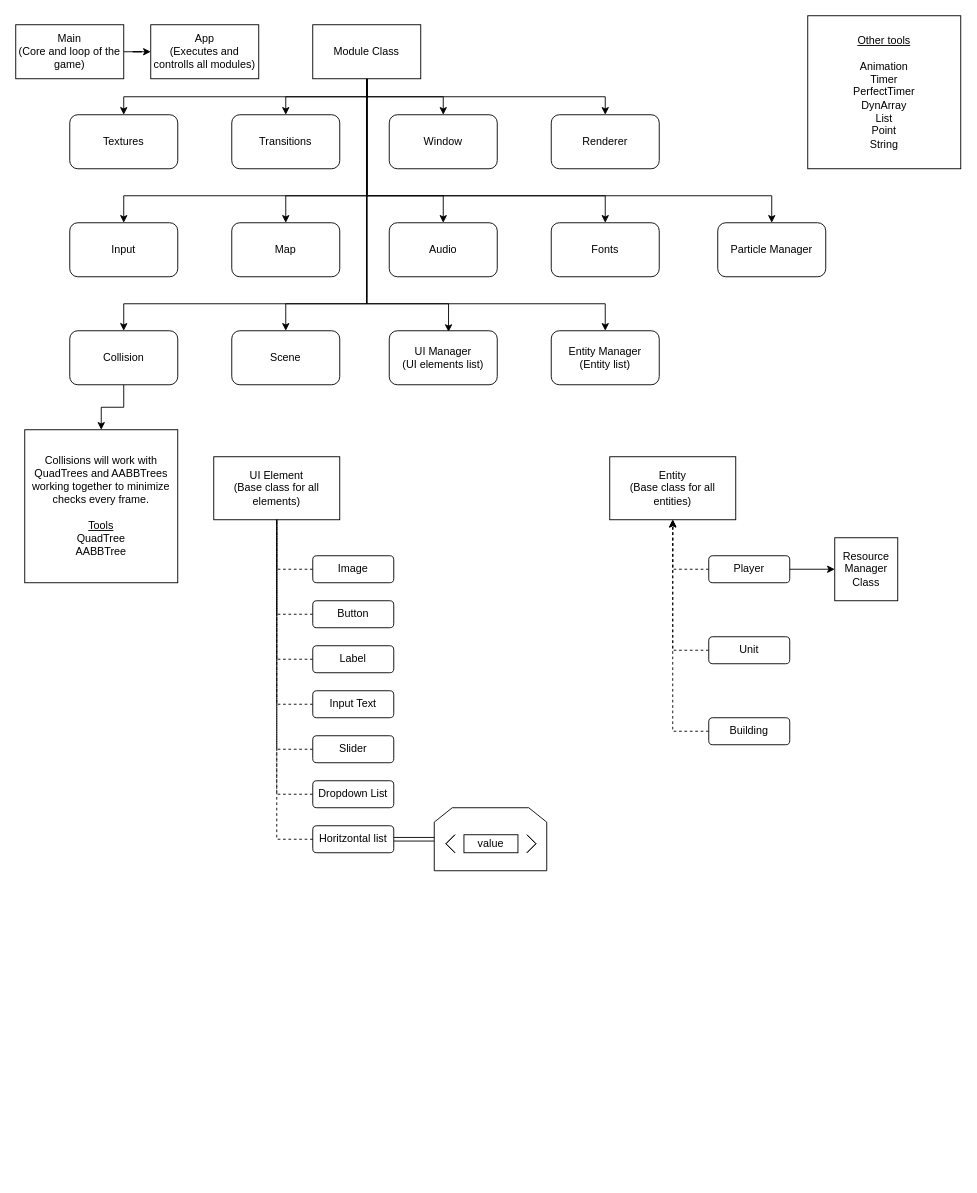
The draw.io diagram docs/tdd_code_uml.drawio in Misioneros-Studio/Mythology-Parade, before the edit. Source tidied: cells renumbered, new cells numbered last; positions are measured from the earlier drawing's top-left corner, leaving out a move shared by most shapes. Both pictures are drawn from the tidied source at 90%, with x=0, y=0 at pixel (15, 15).
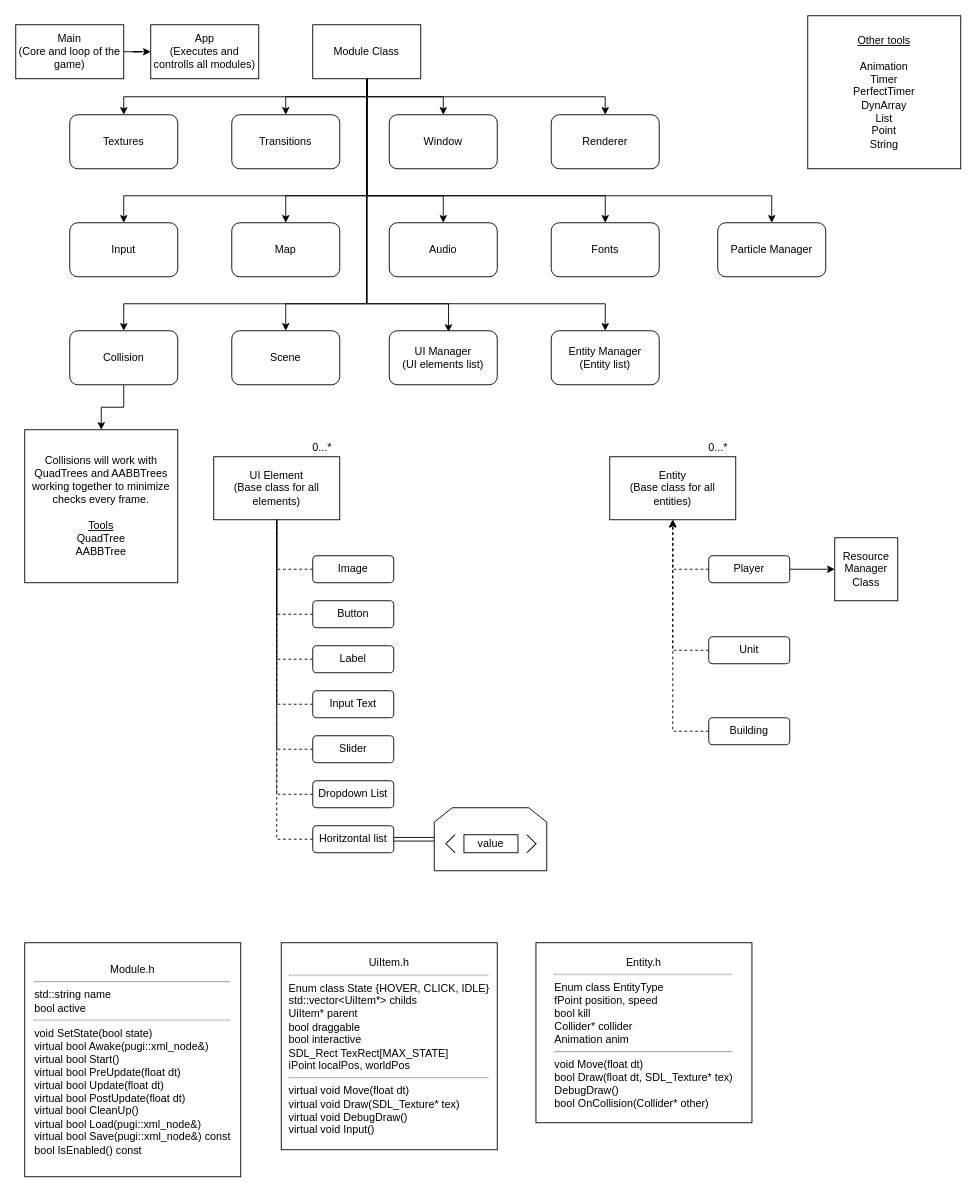
The same diagram, later.

Commit message:
Code uml finished

What changed in the source:
```diff
@@
+    <mxCell id="64" value="0...*" style="text;html=1;align=center;verticalAlign=middle;" parent="1" vertex="1">
+      <mxGeometry x="760" y="470" width="40" height="20" as="geometry" />
+    </mxCell>
+    <mxCell id="65" value="0...*" style="text;html=1;align=center;verticalAlign=middle;" parent="1" vertex="1">
+      <mxGeometry x="320" y="470" width="40" height="20" as="geometry" />
+    </mxCell>
+    <mxCell id="66" value="Module.h&lt;br&gt;&lt;div style=&quot;text-align: left&quot;&gt;&lt;hr&gt;&lt;/div&gt;&lt;div style=&quot;text-align: left&quot;&gt;&lt;span&gt;std::string name&lt;/span&gt;&lt;/div&gt;&lt;div style=&quot;text-align: left&quot;&gt;&lt;span&gt;bool active&lt;/span&gt;&lt;/div&gt;&lt;div style=&quot;text-align: left&quot;&gt;&lt;hr&gt;&lt;/div&gt;&lt;div style=&quot;text-align: left&quot;&gt;&lt;span&gt;void SetState(bool state)&lt;/span&gt;&lt;/div&gt;&lt;div style=&quot;text-align: left&quot;&gt;&lt;span&gt;virtual bool Awake(pugi::xml_node&amp;amp;)&lt;/span&gt;&lt;/div&gt;&lt;div style=&quot;text-align: left&quot;&gt;&lt;span&gt;virtual bool Start()&lt;/span&gt;&lt;/div&gt;&lt;div style=&quot;text-align: left&quot;&gt;&lt;span&gt;virtual bool PreUpdate(float dt)&lt;/span&gt;&lt;/div&gt;&lt;div style=&quot;text-align: left&quot;&gt;&lt;span&gt;virtual bool Update(float dt)&lt;/span&gt;&lt;/div&gt;&lt;div style=&quot;text-align: left&quot;&gt;&lt;span&gt;virtual bool PostUpdate(float dt)&lt;/span&gt;&lt;/div&gt;&lt;div style=&quot;text-align: left&quot;&gt;&lt;span&gt;virtual bool CleanUp()&lt;/span&gt;&lt;/div&gt;&lt;div style=&quot;text-align: left&quot;&gt;&lt;span&gt;virtual bool Load(pugi::xml_node&amp;amp;)&lt;/span&gt;&lt;/div&gt;&lt;div style=&quot;text-align: left&quot;&gt;&lt;span&gt;virtual bool Save(pugi::xml_node&amp;amp;) const&lt;/span&gt;&lt;/div&gt;&lt;div style=&quot;text-align: left&quot;&gt;&lt;span&gt;bool IsEnabled() const&lt;/span&gt;&lt;/div&gt;" style="rounded=0;whiteSpace=wrap;html=1;" parent="1" vertex="1">
+      <mxGeometry x="10" y="1030" width="240" height="260" as="geometry" />
+    </mxCell>
+    <mxCell id="67" value="UiItem.h&lt;br&gt;&lt;hr&gt;&lt;div style=&quot;text-align: left&quot;&gt;&lt;/div&gt;&lt;div style=&quot;text-align: left&quot;&gt;Enum class State {HOVER, CLICK, IDLE}&lt;/div&gt;&lt;div style=&quot;text-align: left&quot;&gt;std::vector&amp;lt;UiItem*&amp;gt; childs&lt;/div&gt;&lt;div style=&quot;text-align: left&quot;&gt;UiItem* parent&lt;/div&gt;&lt;div style=&quot;text-align: left&quot;&gt;bool draggable&lt;/div&gt;&lt;div style=&quot;text-align: left&quot;&gt;bool interactive&lt;/div&gt;&lt;div style=&quot;text-align: left&quot;&gt;SDL_Rect TexRect[MAX_STATE]&lt;/div&gt;&lt;div style=&quot;text-align: left&quot;&gt;iPoint localPos, worldPos&lt;/div&gt;&lt;div style=&quot;text-align: left&quot;&gt;&lt;hr&gt;virtual void Move(float dt)&lt;/div&gt;&lt;div style=&quot;text-align: left&quot;&gt;virtual void Draw(SDL_Texture* tex)&lt;/div&gt;&lt;div style=&quot;text-align: left&quot;&gt;virtual void DebugDraw()&lt;/div&gt;&lt;div style=&quot;text-align: left&quot;&gt;virtual void Input()&lt;/div&gt;" style="rounded=0;whiteSpace=wrap;html=1;" parent="1" vertex="1">
+      <mxGeometry x="295" y="1030" width="240" height="230" as="geometry" />
+    </mxCell>
+    <mxCell id="68" value="Entity.h&lt;br&gt;&lt;div style=&quot;text-align: left&quot;&gt;&lt;hr&gt;&lt;/div&gt;&lt;div style=&quot;text-align: left&quot;&gt;Enum class EntityType&lt;/div&gt;&lt;div style=&quot;text-align: left&quot;&gt;fPoint position, speed&lt;/div&gt;&lt;div style=&quot;text-align: left&quot;&gt;bool kill&lt;/div&gt;&lt;div style=&quot;text-align: left&quot;&gt;Collider* collider&lt;/div&gt;&lt;div style=&quot;text-align: left&quot;&gt;Animation anim&lt;/div&gt;&lt;div style=&quot;text-align: left&quot;&gt;&lt;hr&gt;&lt;/div&gt;&lt;div style=&quot;text-align: left&quot;&gt;void Move(float dt)&lt;/div&gt;&lt;div style=&quot;text-align: left&quot;&gt;bool Draw(float dt, SDL_Texture* tex)&lt;/div&gt;&lt;div style=&quot;text-align: left&quot;&gt;DebugDraw()&lt;/div&gt;&lt;div style=&quot;text-align: left&quot;&gt;bool OnCollision(Collider* other)&lt;/div&gt;" style="rounded=0;whiteSpace=wrap;html=1;" parent="1" vertex="1">
+      <mxGeometry x="578" y="1030" width="240" height="200" as="geometry" />
+    </mxCell>
```
